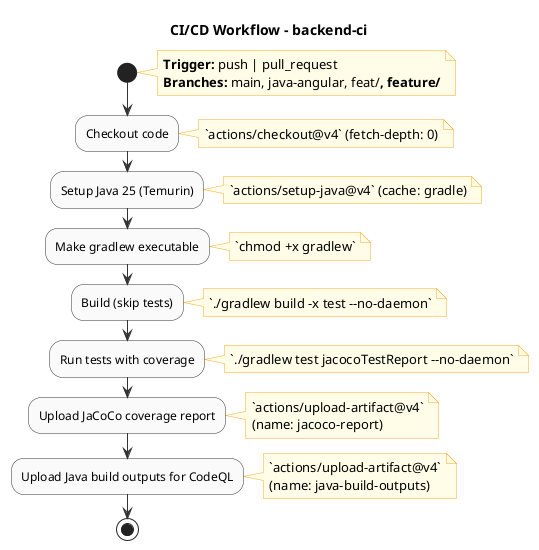
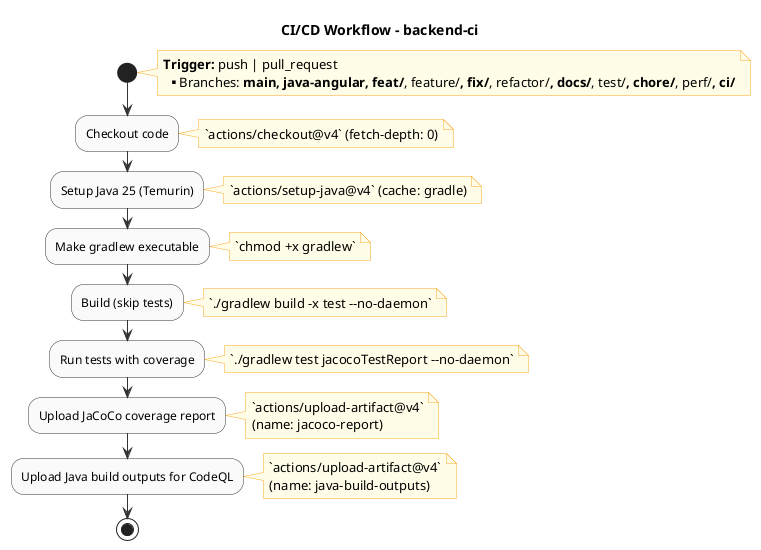
@startuml cicd-backend-ci
!pragma activityFlow
skinparam activityBackgroundColor #FAFAFA
skinparam activityBorderColor #333333
skinparam activityDiamondBackgroundColor #F0F0F0
skinparam activityDiamondBorderColor #333333
skinparam arrowColor #333333
skinparam noteBackgroundColor #FFFDE7
skinparam noteBorderColor #F9A825
skinparam packageStyle rectangle

title CI/CD Workflow - backend-ci

|#palegreen|**Workflow: backend-ci.yml**|
start
note right
**Trigger:** push | pull_request
- **Branches:** main, java-angular, feat/**, feature/**
+ **Branches:** main, java-angular, feat/**, feature/**, fix/**, refactor/**, docs/**, test/**, chore/**, perf/**, ci/**
end note

:Checkout code;
note right: `actions/checkout@v4` (fetch-depth: 0)

:Setup Java 25 (Temurin);
note right: `actions/setup-java@v4` (cache: gradle)

:Make gradlew executable;
note right: `chmod +x gradlew`

:Build (skip tests);
note right: `./gradlew build -x test --no-daemon`

:Run tests with coverage;
note right: `./gradlew test jacocoTestReport --no-daemon`

:Upload JaCoCo coverage report;
note right
`actions/upload-artifact@v4`
(name: jacoco-report)
end note

:Upload Java build outputs for CodeQL;
note right
`actions/upload-artifact@v4`
(name: java-build-outputs)
end note

stop
@enduml
